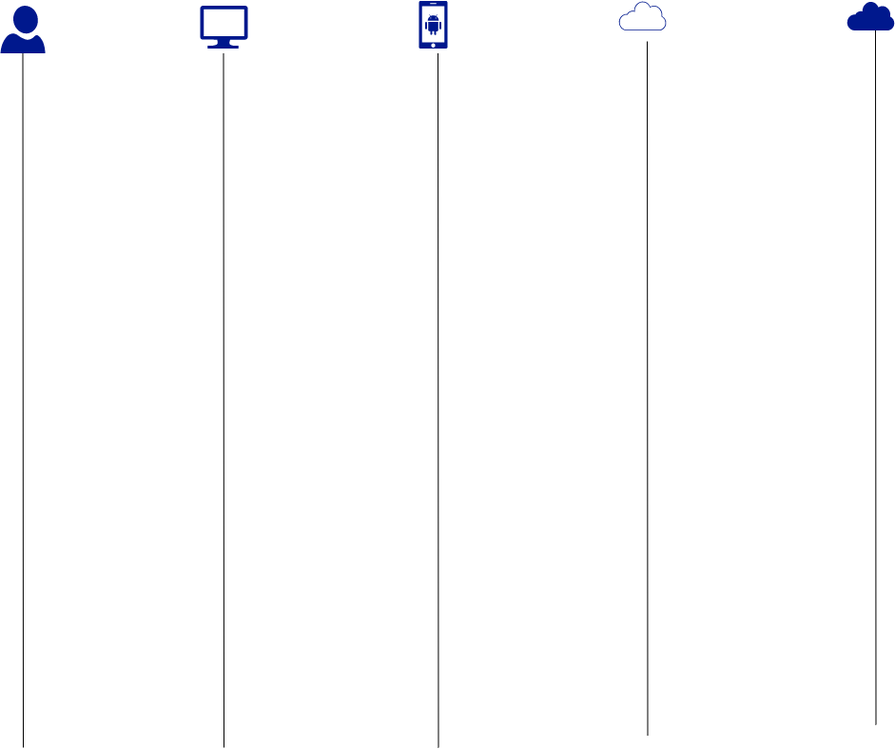
The draw.io diagram 云云对接.png in tytler98/tytler, before a commit. Source tidied: cells renumbered, new cells last; positions are measured from the earlier drawing's top-left corner, leaving out a move shared by most shapes.
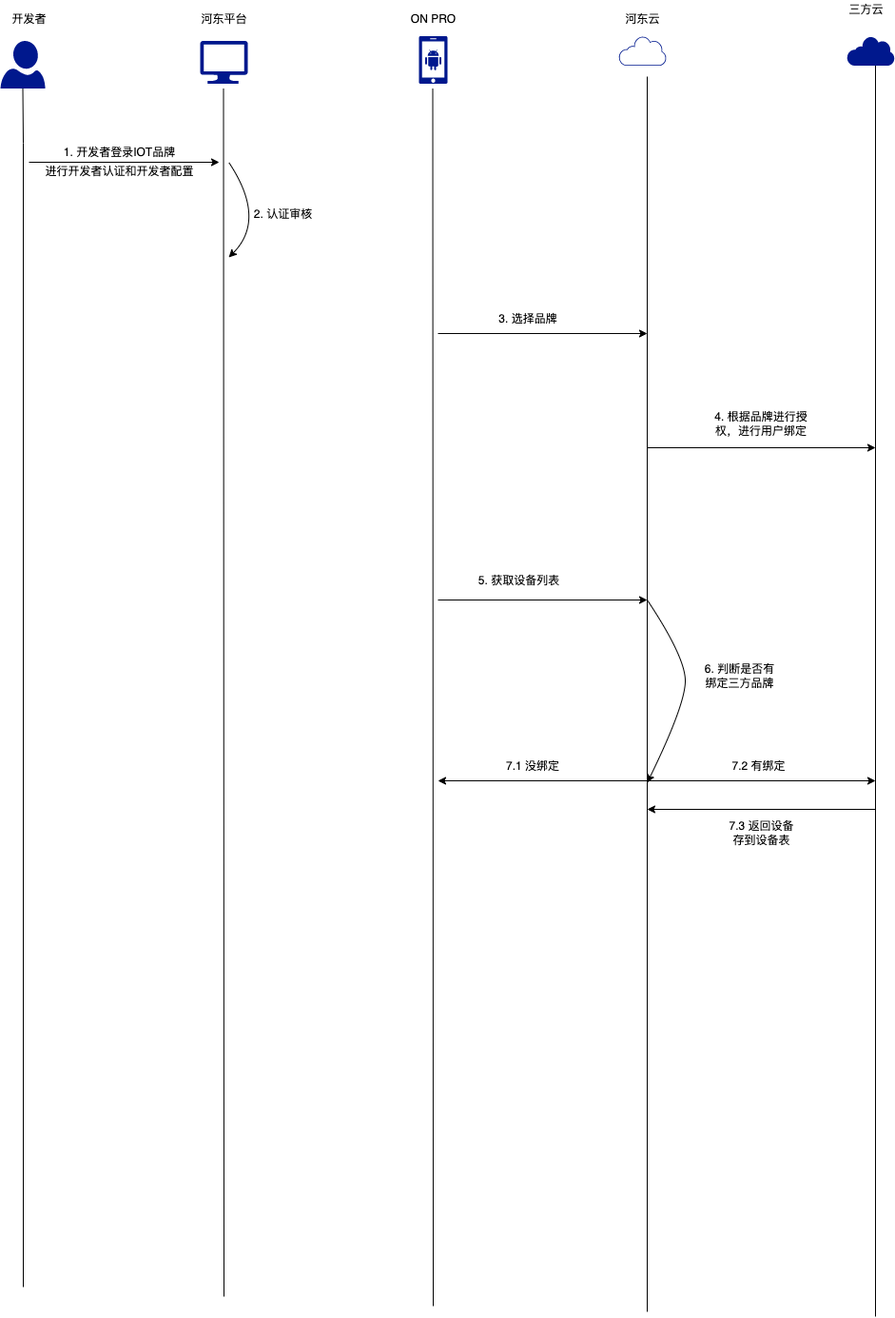
The same diagram one commit later.

Diff of the diagram source:
```diff
@@ -19,32 +19,141 @@
     </mxCell>
     <mxCell id="7" style="endArrow=none;html=1;rounded=0;entryX=0.5;entryY=1;entryDx=0;entryDy=0;entryPerimeter=0;" parent="1" edge="1" target="2">
       <mxGeometry relative="1" as="geometry">
-        <mxPoint x="24" y="784" as="sourcePoint" />
+        <mxPoint x="24" y="1314" as="sourcePoint" />
+        <Array as="points">
+          <mxPoint x="24" y="112" />
+        </Array>
       </mxGeometry>
     </mxCell>
     <mxCell id="8" style="endArrow=none;html=1;rounded=0;entryX=0.5;entryY=1;entryDx=0;entryDy=0;entryPerimeter=0;" parent="1" edge="1">
       <mxGeometry relative="1" as="geometry">
-        <mxPoint x="235" y="784" as="sourcePoint" />
+        <mxPoint x="235" y="1324" as="sourcePoint" />
         <mxPoint x="234.5" y="54.5" as="targetPoint" />
       </mxGeometry>
     </mxCell>
     <mxCell id="9" style="endArrow=none;html=1;rounded=0;entryX=0.5;entryY=1;entryDx=0;entryDy=0;entryPerimeter=0;" parent="1" edge="1">
       <mxGeometry relative="1" as="geometry">
-        <mxPoint x="460.5" y="784" as="sourcePoint" />
-        <mxPoint x="460" y="54.5" as="targetPoint" />
+        <mxPoint x="455" y="1334" as="sourcePoint" />
+        <mxPoint x="454.5" y="54.5" as="targetPoint" />
       </mxGeometry>
     </mxCell>
     <mxCell id="10" style="endArrow=none;html=1;rounded=0;entryX=0.5;entryY=1;entryDx=0;entryDy=0;entryPerimeter=0;" parent="1" edge="1">
       <mxGeometry relative="1" as="geometry">
-        <mxPoint x="680.5" y="771.5" as="sourcePoint" />
+        <mxPoint x="680" y="1340" as="sourcePoint" />
         <mxPoint x="680" y="42" as="targetPoint" />
       </mxGeometry>
     </mxCell>
     <mxCell id="11" style="endArrow=none;html=1;rounded=0;entryX=0.5;entryY=1;entryDx=0;entryDy=0;entryPerimeter=0;" parent="1" edge="1">
       <mxGeometry relative="1" as="geometry">
-        <mxPoint x="920.5" y="760" as="sourcePoint" />
+        <mxPoint x="920" y="1345" as="sourcePoint" />
         <mxPoint x="920" y="30.5" as="targetPoint" />
       </mxGeometry>
     </mxCell>
+    <mxCell id="12" style="endArrow=classic;html=1;rounded=0;" parent="1" edge="1">
+      <mxGeometry relative="1" as="geometry">
+        <mxPoint x="30" y="132" as="sourcePoint" />
+        <mxPoint x="230" y="132" as="targetPoint" />
+      </mxGeometry>
+    </mxCell>
+    <mxCell id="13" value="1. 开发者登录IOT品牌" style="text;html=1;align=center;verticalAlign=middle;strokeColor=none;fillColor=none;" parent="1" vertex="1">
+      <mxGeometry x="60" y="112" width="130" height="20" as="geometry" />
+    </mxCell>
+    <mxCell id="14" value="进行开发者认证和开发者配置" style="text;html=1;align=center;verticalAlign=middle;strokeColor=none;fillColor=none;" parent="1" vertex="1">
+      <mxGeometry x="40" y="132" width="170" height="20" as="geometry" />
+    </mxCell>
+    <mxCell id="15" value="开发者" style="text;html=1;align=center;verticalAlign=middle;strokeColor=none;fillColor=none;" parent="1" vertex="1">
+      <mxGeometry x="5" y="-28" width="50" height="20" as="geometry" />
+    </mxCell>
+    <mxCell id="16" value="河东平台" style="text;html=1;align=center;verticalAlign=middle;strokeColor=none;fillColor=none;" parent="1" vertex="1">
+      <mxGeometry x="205" y="-28" width="60" height="20" as="geometry" />
+    </mxCell>
+    <mxCell id="17" value="ON PRO" style="text;html=1;align=center;verticalAlign=middle;strokeColor=none;fillColor=none;" parent="1" vertex="1">
+      <mxGeometry x="425" y="-28" width="60" height="20" as="geometry" />
+    </mxCell>
+    <mxCell id="18" value="河东云" style="text;html=1;align=center;verticalAlign=middle;strokeColor=none;fillColor=none;" parent="1" vertex="1">
+      <mxGeometry x="650" y="-28" width="50" height="20" as="geometry" />
+    </mxCell>
+    <mxCell id="19" value="三方云" style="text;html=1;align=center;verticalAlign=middle;strokeColor=none;fillColor=none;" parent="1" vertex="1">
+      <mxGeometry x="885" y="-38" width="50" height="20" as="geometry" />
+    </mxCell>
+    <mxCell id="20" style="curved=1;endArrow=classic;html=1;rounded=0;" parent="1" edge="1">
+      <mxGeometry relative="1" as="geometry">
+        <mxPoint x="240" y="132" as="sourcePoint" />
+        <mxPoint x="240" y="232" as="targetPoint" />
+        <Array as="points">
+          <mxPoint x="280" y="192" />
+        </Array>
+      </mxGeometry>
+    </mxCell>
+    <mxCell id="21" value="2. 认证审核" style="text;html=1;strokeColor=none;fillColor=none;align=center;verticalAlign=middle;whiteSpace=wrap;rounded=0;" parent="1" vertex="1">
+      <mxGeometry x="265" y="172" width="65" height="30" as="geometry" />
+    </mxCell>
+    <mxCell id="22" style="endArrow=classic;html=1;rounded=0;" parent="1" edge="1">
+      <mxGeometry relative="1" as="geometry">
+        <mxPoint x="460" y="312" as="sourcePoint" />
+        <mxPoint x="680" y="312" as="targetPoint" />
+      </mxGeometry>
+    </mxCell>
+    <mxCell id="23" value="3. 选择品牌" style="text;html=1;strokeColor=none;fillColor=none;align=center;verticalAlign=middle;whiteSpace=wrap;rounded=0;" parent="1" vertex="1">
+      <mxGeometry x="520" y="282" width="70" height="30" as="geometry" />
+    </mxCell>
+    <mxCell id="24" value="4. 根据品牌进行授权，进行用户绑定" style="text;html=1;strokeColor=none;fillColor=none;align=center;verticalAlign=middle;whiteSpace=wrap;rounded=0;" parent="1" vertex="1">
+      <mxGeometry x="750" y="392" width="100" height="30" as="geometry" />
+    </mxCell>
+    <mxCell id="25" style="endArrow=classic;html=1;rounded=0;" parent="1" edge="1">
+      <mxGeometry relative="1" as="geometry">
+        <mxPoint x="680" y="432" as="sourcePoint" />
+        <mxPoint x="920" y="432" as="targetPoint" />
+      </mxGeometry>
+    </mxCell>
+    <mxCell id="26" style="endArrow=classic;html=1;rounded=0;" parent="1" edge="1">
+      <mxGeometry relative="1" as="geometry">
+        <mxPoint x="460" y="592" as="sourcePoint" />
+        <mxPoint x="680" y="592" as="targetPoint" />
+      </mxGeometry>
+    </mxCell>
+    <mxCell id="27" value="5. 获取设备列表" style="text;html=1;align=center;verticalAlign=middle;strokeColor=none;fillColor=none;" parent="1" vertex="1">
+      <mxGeometry x="495" y="562" width="100" height="20" as="geometry" />
+    </mxCell>
+    <mxCell id="28" style="curved=1;endArrow=classic;html=1;rounded=0;" parent="1" edge="1">
+      <mxGeometry relative="1" as="geometry">
+        <mxPoint x="680" y="592" as="sourcePoint" />
+        <mxPoint x="680" y="784" as="targetPoint" />
+        <Array as="points">
+          <mxPoint x="720" y="652" />
+          <mxPoint x="720" y="702" />
+        </Array>
+      </mxGeometry>
+    </mxCell>
+    <mxCell id="29" value="6. 判断是否有&lt;br&gt;绑定三方品牌" style="text;html=1;align=center;verticalAlign=middle;strokeColor=none;fillColor=none;" parent="1" vertex="1">
+      <mxGeometry x="732" y="657" width="90" height="30" as="geometry" />
+    </mxCell>
+    <mxCell id="30" value="7.1 没绑定" style="text;html=1;strokeColor=none;fillColor=none;align=center;verticalAlign=middle;whiteSpace=wrap;rounded=0;" parent="1" vertex="1">
+      <mxGeometry x="530" y="752" width="60" height="30" as="geometry" />
+    </mxCell>
+    <mxCell id="31" style="endArrow=classic;html=1;rounded=0;" parent="1" edge="1">
+      <mxGeometry relative="1" as="geometry">
+        <mxPoint x="680" y="782" as="sourcePoint" />
+        <mxPoint x="460" y="782" as="targetPoint" />
+      </mxGeometry>
+    </mxCell>
+    <mxCell id="32" style="endArrow=classic;html=1;rounded=0;" parent="1" edge="1">
+      <mxGeometry relative="1" as="geometry">
+        <mxPoint x="680" y="782" as="sourcePoint" />
+        <mxPoint x="920" y="782" as="targetPoint" />
+      </mxGeometry>
+    </mxCell>
+    <mxCell id="33" value="7.2 有绑定" style="text;html=1;align=center;verticalAlign=middle;strokeColor=none;fillColor=none;" parent="1" vertex="1">
+      <mxGeometry x="762" y="757" width="70" height="20" as="geometry" />
+    </mxCell>
+    <mxCell id="34" style="endArrow=classic;html=1;rounded=0;" parent="1" edge="1">
+      <mxGeometry relative="1" as="geometry">
+        <mxPoint x="920" y="812" as="sourcePoint" />
+        <mxPoint x="680" y="812" as="targetPoint" />
+      </mxGeometry>
+    </mxCell>
+    <mxCell id="35" value="7.3 返回设备&lt;br&gt;存到设备表" style="text;html=1;align=center;verticalAlign=middle;strokeColor=none;fillColor=none;" parent="1" vertex="1">
+      <mxGeometry x="760" y="822" width="80" height="30" as="geometry" />
+    </mxCell>
   </root>
 </mxGraphModel>
```
